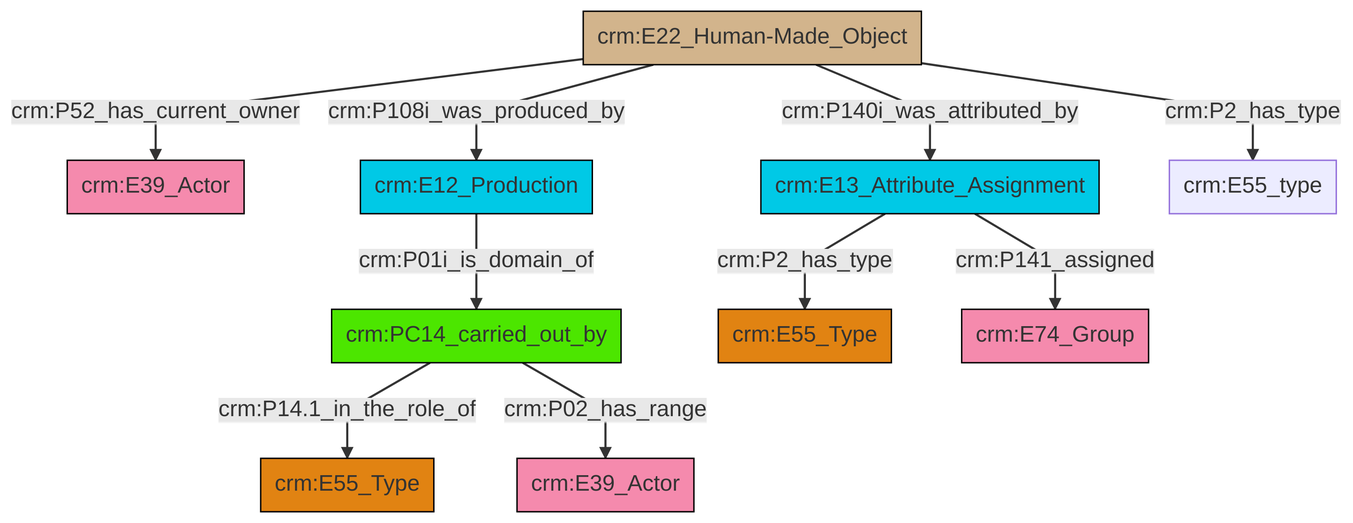
Above: et/builtWorkCSV/ttl/mmd/png/Built_Work_actor_relations.png in swiss-art-research-net/reference-data-models (Mermaid), before the change. Its source is kept beside it as et/builtWorkCSV/ttl/mmd/Built_Work_actor_relations.ttl.mmd. Its diagram source:
```mermaid
graph TD
classDef Literal fill:#f2f2f2,stroke:#000000;
classDef CRM_Entity fill:#FFFFFF,stroke:#000000;
classDef Temporal_Entity fill:#00C9E6, stroke:#000000;
classDef Type fill:#E18312, stroke:#000000;
classDef Time-Span fill:#2C9C91, stroke:#000000;
classDef Appellation fill:#FFEB7F, stroke:#000000;
classDef Place fill:#008836, stroke:#000000;
classDef Persistent_Item fill:#B266B2, stroke:#000000;
classDef Conceptual_Object fill:#FFD700, stroke:#000000;
classDef Physical_Thing fill:#D2B48C, stroke:#000000;
classDef Actor fill:#f58aad, stroke:#000000;
classDef PC_Classes fill:#4ce600, stroke:#000000;
classDef Multi fill:#cccccc,stroke:#000000;

0["crm:PC14_carried_out_by"]:::PC_Classes -->|crm:P14.1_in_the_role_of| 1["crm:E55_Type"]:::Type
4["crm:E22_Human-Made_Object"]:::Physical_Thing -->|crm:P52_has_current_owner| 2["crm:E39_Actor"]:::Actor
7["crm:E13_Attribute_Assignment"]:::Temporal_Entity -->|crm:P141_assigned| 8["crm:E74_Group"]:::Actor
4["crm:E22_Human-Made_Object"]:::Physical_Thing -->|crm:P140i_was_attributed_by| 7["crm:E13_Attribute_Assignment"]:::Temporal_Entity
4["crm:E22_Human-Made_Object"]:::Physical_Thing -->|crm:P108i_was_produced_by| 9["crm:E12_Production"]:::Temporal_Entity
4["crm:E22_Human-Made_Object"]:::Physical_Thing -->|crm:P2_has_type| 11["crm:E55_type"]:::Default
0["crm:PC14_carried_out_by"]:::PC_Classes -->|crm:P02_has_range| 14["crm:E39_Actor"]:::Actor
9["crm:E12_Production"]:::Temporal_Entity -->|crm:P01i_is_domain_of| 0["crm:PC14_carried_out_by"]:::PC_Classes
7["crm:E13_Attribute_Assignment"]:::Temporal_Entity -->|crm:P2_has_type| 5["crm:E55_Type"]:::Type
```
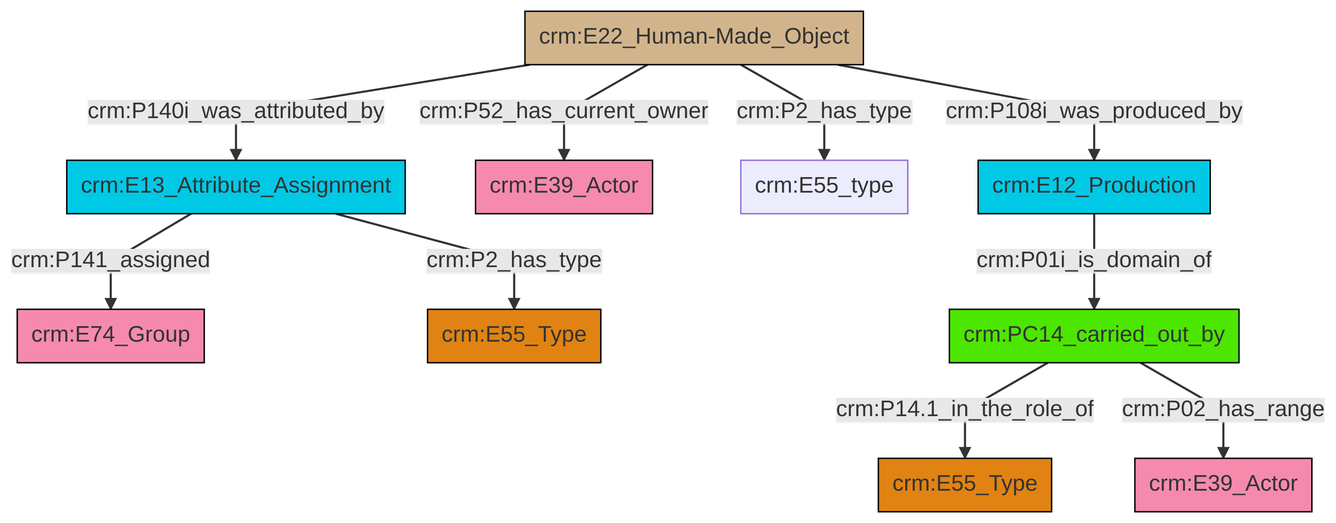
The same file after the commit.

The edit, as a diff of the source:
```diff
@@ -13,12 +13,12 @@
 classDef PC_Classes fill:#4ce600, stroke:#000000;
 classDef Multi fill:#cccccc,stroke:#000000;
 
-0["crm:PC14_carried_out_by"]:::PC_Classes -->|crm:P14.1_in_the_role_of| 1["crm:E55_Type"]:::Type
-4["crm:E22_Human-Made_Object"]:::Physical_Thing -->|crm:P52_has_current_owner| 2["crm:E39_Actor"]:::Actor
-7["crm:E13_Attribute_Assignment"]:::Temporal_Entity -->|crm:P141_assigned| 8["crm:E74_Group"]:::Actor
-4["crm:E22_Human-Made_Object"]:::Physical_Thing -->|crm:P140i_was_attributed_by| 7["crm:E13_Attribute_Assignment"]:::Temporal_Entity
-4["crm:E22_Human-Made_Object"]:::Physical_Thing -->|crm:P108i_was_produced_by| 9["crm:E12_Production"]:::Temporal_Entity
-4["crm:E22_Human-Made_Object"]:::Physical_Thing -->|crm:P2_has_type| 11["crm:E55_type"]:::Default
-0["crm:PC14_carried_out_by"]:::PC_Classes -->|crm:P02_has_range| 14["crm:E39_Actor"]:::Actor
-9["crm:E12_Production"]:::Temporal_Entity -->|crm:P01i_is_domain_of| 0["crm:PC14_carried_out_by"]:::PC_Classes
-7["crm:E13_Attribute_Assignment"]:::Temporal_Entity -->|crm:P2_has_type| 5["crm:E55_Type"]:::Type
+0["crm:E13_Attribute_Assignment"]:::Temporal_Entity -->|crm:P141_assigned| 1["crm:E74_Group"]:::Actor
+2["crm:E22_Human-Made_Object"]:::Physical_Thing -->|crm:P140i_was_attributed_by| 0["crm:E13_Attribute_Assignment"]:::Temporal_Entity
+2["crm:E22_Human-Made_Object"]:::Physical_Thing -->|crm:P52_has_current_owner| 3["crm:E39_Actor"]:::Actor
+9["crm:PC14_carried_out_by"]:::PC_Classes -->|crm:P14.1_in_the_role_of| 10["crm:E55_Type"]:::Type
+2["crm:E22_Human-Made_Object"]:::Physical_Thing -->|crm:P2_has_type| 7["crm:E55_type"]:::Default
+2["crm:E22_Human-Made_Object"]:::Physical_Thing -->|crm:P108i_was_produced_by| 13["crm:E12_Production"]:::Temporal_Entity
+0["crm:E13_Attribute_Assignment"]:::Temporal_Entity -->|crm:P2_has_type| 5["crm:E55_Type"]:::Type
+9["crm:PC14_carried_out_by"]:::PC_Classes -->|crm:P02_has_range| 15["crm:E39_Actor"]:::Actor
+13["crm:E12_Production"]:::Temporal_Entity -->|crm:P01i_is_domain_of| 9["crm:PC14_carried_out_by"]:::PC_Classes
```
